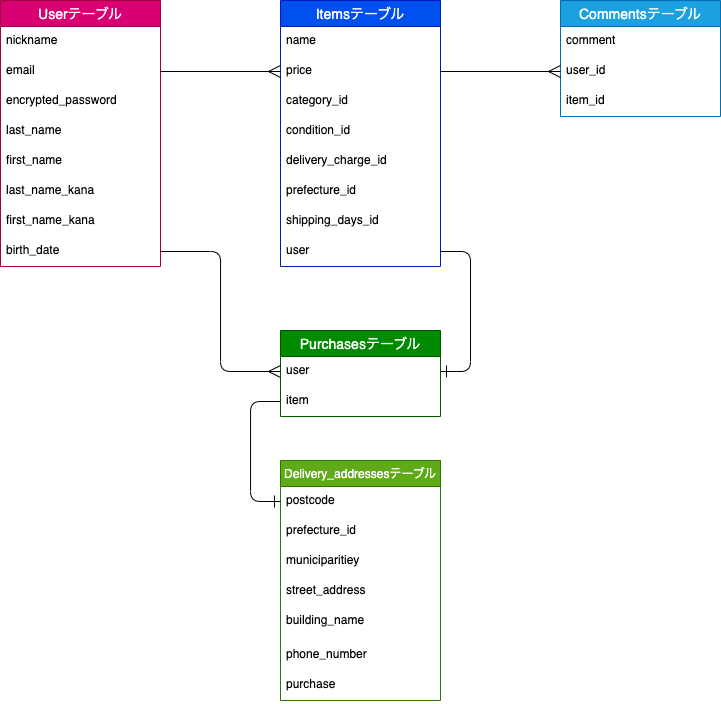
This is test.drawio.png from navarrete19970711/furima-39951, a draw.io export, as it was before one commit. Source tidied: cells renumbered, new cells last; positions are measured from the earlier drawing's top-left corner, leaving out a move shared by most shapes. The source it was exported from:
```xml
<mxGraphModel>
  <root>
    <mxCell id="0" />
    <mxCell id="1" parent="0" />
    <mxCell id="2" value="Userテーブル" style="swimlane;fontStyle=0;horizontal=1;startSize=26;align=center;fontSize=14;fillColor=#d80073;fontColor=#ffffff;strokeColor=#A50040;" parent="1" vertex="1">
      <mxGeometry width="160" height="266" as="geometry" />
    </mxCell>
    <mxCell id="3" value="nickname" style="text;strokeColor=none;fillColor=none;spacingLeft=4;spacingRight=4;overflow=hidden;fontSize=12;" parent="2" vertex="1">
      <mxGeometry y="26" width="160" height="30" as="geometry" />
    </mxCell>
    <mxCell id="4" value="email" style="text;strokeColor=none;fillColor=none;spacingLeft=4;spacingRight=4;overflow=hidden;points=[[0,0.5],[1,0.5]];portConstraint=eastwest;fontSize=12;" parent="2" vertex="1">
      <mxGeometry y="56" width="160" height="30" as="geometry" />
    </mxCell>
    <mxCell id="5" value="encrypted_password" style="text;strokeColor=none;fillColor=none;spacingLeft=4;spacingRight=4;overflow=hidden;fontSize=12;" parent="2" vertex="1">
      <mxGeometry y="86" width="160" height="30" as="geometry" />
    </mxCell>
    <mxCell id="6" value="last_name" style="text;strokeColor=none;fillColor=none;spacingLeft=4;spacingRight=4;overflow=hidden;fontSize=12;" parent="2" vertex="1">
      <mxGeometry y="116" width="160" height="30" as="geometry" />
    </mxCell>
    <mxCell id="7" value="first_name" style="text;strokeColor=none;fillColor=none;spacingLeft=4;spacingRight=4;overflow=hidden;fontSize=12;" parent="2" vertex="1">
      <mxGeometry y="146" width="160" height="30" as="geometry" />
    </mxCell>
    <mxCell id="8" value="last_name_kana" style="text;strokeColor=none;fillColor=none;spacingLeft=4;spacingRight=4;overflow=hidden;fontSize=12;" parent="2" vertex="1">
      <mxGeometry y="176" width="160" height="30" as="geometry" />
    </mxCell>
    <mxCell id="9" value="first_name_kana" style="text;strokeColor=none;fillColor=none;spacingLeft=4;spacingRight=4;overflow=hidden;fontSize=12;" parent="2" vertex="1">
      <mxGeometry y="206" width="160" height="30" as="geometry" />
    </mxCell>
    <mxCell id="10" value="birth_date" style="text;strokeColor=none;fillColor=none;spacingLeft=4;spacingRight=4;overflow=hidden;points=[[0,0.5],[1,0.5]];portConstraint=eastwest;fontSize=12;" parent="2" vertex="1">
      <mxGeometry y="236" width="160" height="30" as="geometry" />
    </mxCell>
    <mxCell id="11" value="Itemsテーブル" style="swimlane;fontStyle=0;horizontal=1;startSize=26;align=center;fontSize=14;fillColor=#0050ef;fontColor=#ffffff;strokeColor=#001DBC;" parent="1" vertex="1">
      <mxGeometry x="280" width="160" height="266" as="geometry" />
    </mxCell>
    <mxCell id="12" value="name" style="text;strokeColor=none;fillColor=none;spacingLeft=4;spacingRight=4;overflow=hidden;fontSize=12;" parent="11" vertex="1">
      <mxGeometry y="26" width="160" height="30" as="geometry" />
    </mxCell>
    <mxCell id="13" value="price" style="text;strokeColor=none;fillColor=none;spacingLeft=4;spacingRight=4;overflow=hidden;fontSize=12;" parent="11" vertex="1">
      <mxGeometry y="56" width="160" height="30" as="geometry" />
    </mxCell>
    <mxCell id="14" value="category_id" style="text;strokeColor=none;fillColor=none;spacingLeft=4;spacingRight=4;overflow=hidden;fontSize=12;" parent="11" vertex="1">
      <mxGeometry y="86" width="160" height="30" as="geometry" />
    </mxCell>
    <mxCell id="15" value="condition_id" style="text;strokeColor=none;fillColor=none;spacingLeft=4;spacingRight=4;overflow=hidden;fontSize=12;" parent="11" vertex="1">
      <mxGeometry y="116" width="160" height="30" as="geometry" />
    </mxCell>
    <mxCell id="16" value="delivery_charge_id" style="text;strokeColor=none;fillColor=none;spacingLeft=4;spacingRight=4;overflow=hidden;fontSize=12;" parent="11" vertex="1">
      <mxGeometry y="146" width="160" height="30" as="geometry" />
    </mxCell>
    <mxCell id="17" value="prefecture_id" style="text;strokeColor=none;fillColor=none;spacingLeft=4;spacingRight=4;overflow=hidden;fontSize=12;" parent="11" vertex="1">
      <mxGeometry y="176" width="160" height="30" as="geometry" />
    </mxCell>
    <mxCell id="18" value="shipping_days_id" style="text;strokeColor=none;fillColor=none;spacingLeft=4;spacingRight=4;overflow=hidden;fontSize=12;" parent="11" vertex="1">
      <mxGeometry y="206" width="160" height="30" as="geometry" />
    </mxCell>
    <mxCell id="19" value="user" style="text;strokeColor=none;fillColor=none;spacingLeft=4;spacingRight=4;overflow=hidden;points=[[0,0.5],[1,0.5]];portConstraint=eastwest;fontSize=12;" parent="11" vertex="1">
      <mxGeometry y="236" width="160" height="30" as="geometry" />
    </mxCell>
    <mxCell id="20" value="Delivery_addressesテーブル" style="swimlane;fontStyle=0;horizontal=1;startSize=26;align=center;fontSize=12;labelBorderColor=none;fillStyle=auto;fillColor=#60a917;fontColor=#ffffff;strokeColor=#2D7600;" parent="1" vertex="1">
      <mxGeometry x="280" y="460" width="160" height="240" as="geometry" />
    </mxCell>
    <mxCell id="21" value="postcode" style="text;strokeColor=none;fillColor=none;spacingLeft=4;spacingRight=4;overflow=hidden;points=[[0,0.5],[1,0.5]];portConstraint=eastwest;fontSize=12;" parent="20" vertex="1">
      <mxGeometry y="26" width="160" height="30" as="geometry" />
    </mxCell>
    <mxCell id="22" value="prefecture_id" style="text;strokeColor=none;fillColor=none;spacingLeft=4;spacingRight=4;overflow=hidden;fontSize=12;" parent="20" vertex="1">
      <mxGeometry y="56" width="160" height="30" as="geometry" />
    </mxCell>
    <mxCell id="23" value="municiparitiey" style="text;strokeColor=none;fillColor=none;spacingLeft=4;spacingRight=4;overflow=hidden;fontSize=12;" parent="20" vertex="1">
      <mxGeometry y="86" width="160" height="30" as="geometry" />
    </mxCell>
    <mxCell id="24" value="street_address" style="text;strokeColor=none;fillColor=none;spacingLeft=4;spacingRight=4;overflow=hidden;fontSize=12;" parent="20" vertex="1">
      <mxGeometry y="116" width="160" height="30" as="geometry" />
    </mxCell>
    <mxCell id="25" value="building_name" style="text;strokeColor=none;fillColor=none;spacingLeft=4;spacingRight=4;overflow=hidden;fontSize=12;" parent="20" vertex="1">
      <mxGeometry y="146" width="160" height="34" as="geometry" />
    </mxCell>
    <mxCell id="26" value="phone_number" style="text;strokeColor=none;fillColor=none;spacingLeft=4;spacingRight=4;overflow=hidden;fontSize=12;" parent="20" vertex="1">
      <mxGeometry y="180" width="160" height="30" as="geometry" />
    </mxCell>
    <mxCell id="27" value="purchase" style="text;strokeColor=none;fillColor=none;spacingLeft=4;spacingRight=4;overflow=hidden;fontSize=12;" parent="20" vertex="1">
      <mxGeometry y="210" width="160" height="30" as="geometry" />
    </mxCell>
    <mxCell id="28" value="Commentsテーブル" style="swimlane;fontStyle=0;horizontal=1;startSize=26;align=center;fontSize=14;fillColor=#1ba1e2;fontColor=#ffffff;strokeColor=#006EAF;" parent="1" vertex="1">
      <mxGeometry x="560" width="160" height="116" as="geometry" />
    </mxCell>
    <mxCell id="29" value="comment" style="text;strokeColor=none;fillColor=none;spacingLeft=4;spacingRight=4;overflow=hidden;fontSize=12;" parent="28" vertex="1">
      <mxGeometry y="26" width="160" height="30" as="geometry" />
    </mxCell>
    <mxCell id="30" value="user_id" style="text;strokeColor=none;fillColor=none;spacingLeft=4;spacingRight=4;overflow=hidden;points=[[0,0.5],[1,0.5]];portConstraint=eastwest;fontSize=12;" parent="28" vertex="1">
      <mxGeometry y="56" width="160" height="30" as="geometry" />
    </mxCell>
    <mxCell id="31" value="item_id" style="text;strokeColor=none;fillColor=none;spacingLeft=4;spacingRight=4;overflow=hidden;fontSize=12;" parent="28" vertex="1">
      <mxGeometry y="86" width="160" height="30" as="geometry" />
    </mxCell>
    <mxCell id="32" value="Purchasesテーブル" style="swimlane;fontStyle=0;horizontal=1;startSize=26;align=center;fontSize=14;fillColor=#008a00;fontColor=#ffffff;strokeColor=#005700;" parent="1" vertex="1">
      <mxGeometry x="280" y="330" width="160" height="86" as="geometry" />
    </mxCell>
    <mxCell id="33" value="user" style="text;strokeColor=none;fillColor=none;spacingLeft=4;spacingRight=4;overflow=hidden;points=[[0,0.5],[1,0.5]];portConstraint=eastwest;fontSize=12;" parent="32" vertex="1">
      <mxGeometry y="26" width="160" height="30" as="geometry" />
    </mxCell>
    <mxCell id="34" value="item" style="text;strokeColor=none;fillColor=none;spacingLeft=4;spacingRight=4;overflow=hidden;points=[[0,0.5],[1,0.5]];portConstraint=eastwest;fontSize=12;" parent="32" vertex="1">
      <mxGeometry y="56" width="160" height="30" as="geometry" />
    </mxCell>
    <mxCell id="35" style="html=1;exitX=1;exitY=0.5;exitDx=0;exitDy=0;entryX=0;entryY=0.5;entryDx=0;entryDy=0;endSize=10;rounded=1;endArrow=ERmany;endFill=0;" parent="1" edge="1" source="4">
      <mxGeometry relative="1" as="geometry">
        <mxPoint x="280" y="71" as="targetPoint" />
      </mxGeometry>
    </mxCell>
    <mxCell id="36" style="edgeStyle=none;rounded=1;html=1;exitX=1;exitY=0.5;exitDx=0;exitDy=0;entryX=0;entryY=0.5;entryDx=0;entryDy=0;endArrow=ERmany;endFill=0;endSize=10;" parent="1" edge="1" target="30">
      <mxGeometry relative="1" as="geometry">
        <mxPoint x="440" y="71" as="sourcePoint" />
      </mxGeometry>
    </mxCell>
    <mxCell id="37" style="edgeStyle=entityRelationEdgeStyle;rounded=1;html=1;exitX=1;exitY=0.5;exitDx=0;exitDy=0;entryX=1;entryY=0.5;entryDx=0;entryDy=0;endArrow=ERone;endFill=0;endSize=10;elbow=vertical;" parent="1" edge="1" source="19" target="33">
      <mxGeometry relative="1" as="geometry" />
    </mxCell>
    <mxCell id="38" style="edgeStyle=orthogonalEdgeStyle;html=1;exitX=0;exitY=0.5;exitDx=0;exitDy=0;entryX=0;entryY=0.5;entryDx=0;entryDy=0;fontSize=12;endArrow=ERone;endFill=0;endSize=10;" parent="1" edge="1" source="34" target="21">
      <mxGeometry relative="1" as="geometry">
        <Array as="points">
          <mxPoint x="250" y="401" />
          <mxPoint x="250" y="501" />
        </Array>
      </mxGeometry>
    </mxCell>
    <mxCell id="39" style="edgeStyle=orthogonalEdgeStyle;html=1;exitX=1;exitY=0.5;exitDx=0;exitDy=0;entryX=0;entryY=0.5;entryDx=0;entryDy=0;fontSize=12;endArrow=ERmany;endFill=0;endSize=10;" parent="1" edge="1" source="10" target="33">
      <mxGeometry relative="1" as="geometry" />
    </mxCell>
  </root>
</mxGraphModel>
```
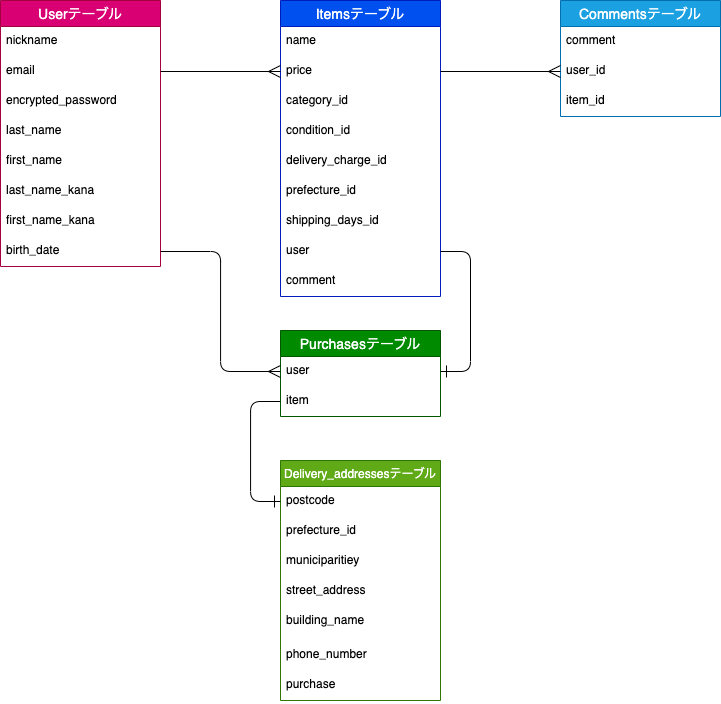
After the commit.

Diff of the diagram source:
```diff
@@ -30,7 +30,7 @@
       <mxGeometry y="236" width="160" height="30" as="geometry" />
     </mxCell>
     <mxCell id="11" value="Itemsテーブル" style="swimlane;fontStyle=0;horizontal=1;startSize=26;align=center;fontSize=14;fillColor=#0050ef;fontColor=#ffffff;strokeColor=#001DBC;" parent="1" vertex="1">
-      <mxGeometry x="280" width="160" height="266" as="geometry" />
+      <mxGeometry x="280" width="160" height="296" as="geometry" />
     </mxCell>
     <mxCell id="12" value="name" style="text;strokeColor=none;fillColor=none;spacingLeft=4;spacingRight=4;overflow=hidden;fontSize=12;" parent="11" vertex="1">
       <mxGeometry y="26" width="160" height="30" as="geometry" />
@@ -56,6 +56,9 @@
     <mxCell id="19" value="user" style="text;strokeColor=none;fillColor=none;spacingLeft=4;spacingRight=4;overflow=hidden;points=[[0,0.5],[1,0.5]];portConstraint=eastwest;fontSize=12;" parent="11" vertex="1">
       <mxGeometry y="236" width="160" height="30" as="geometry" />
     </mxCell>
+    <mxCell id="40" value="comment" style="text;strokeColor=none;fillColor=none;spacingLeft=4;spacingRight=4;overflow=hidden;fontSize=12;" parent="11" vertex="1">
+      <mxGeometry y="266" width="160" height="30" as="geometry" />
+    </mxCell>
     <mxCell id="20" value="Delivery_addressesテーブル" style="swimlane;fontStyle=0;horizontal=1;startSize=26;align=center;fontSize=12;labelBorderColor=none;fillStyle=auto;fillColor=#60a917;fontColor=#ffffff;strokeColor=#2D7600;" parent="1" vertex="1">
       <mxGeometry x="280" y="460" width="160" height="240" as="geometry" />
     </mxCell>
```
